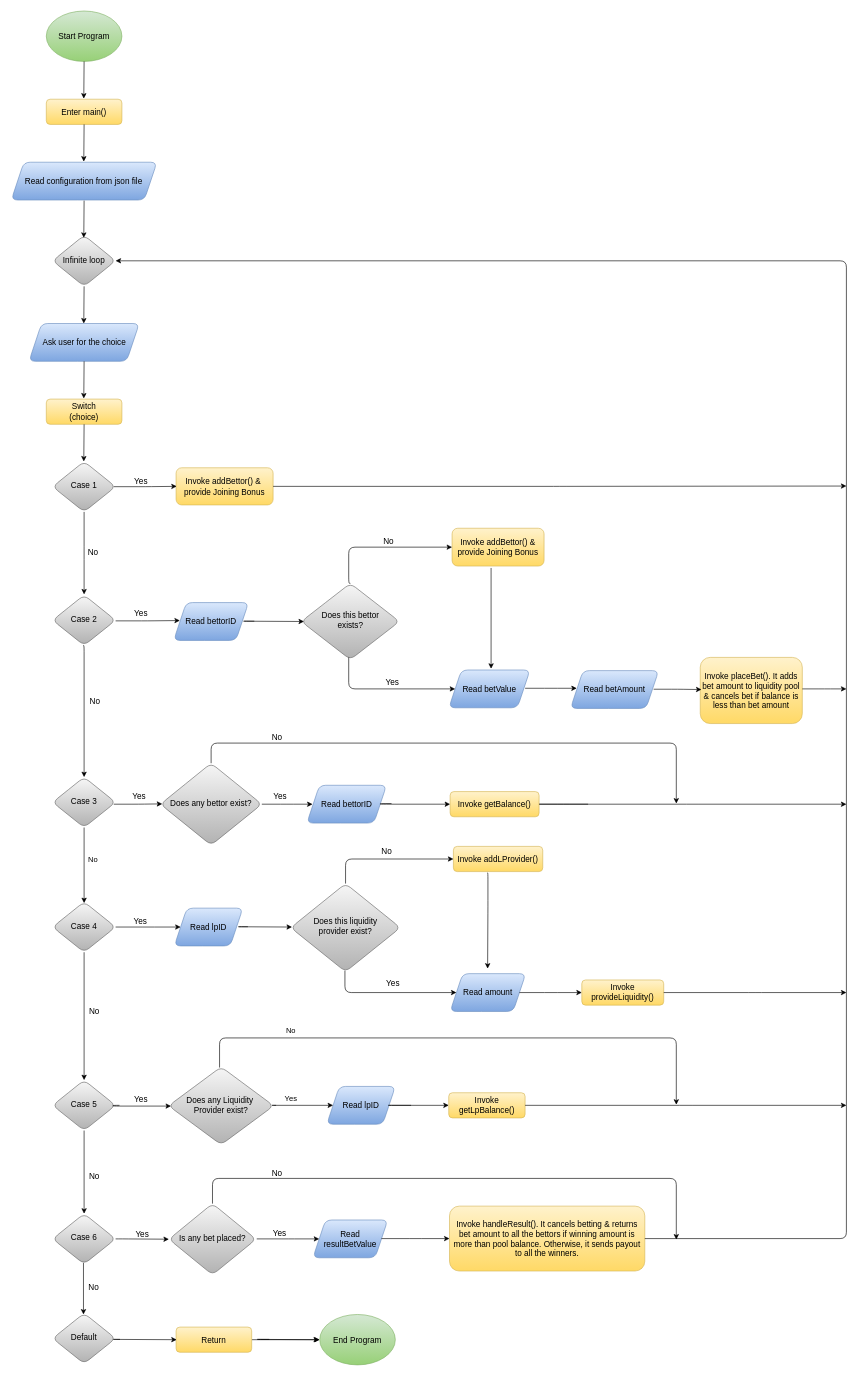
This is Untitled Diagram.drawio from Bhawana15/betting_contract, a draw.io file, before an edit. Source tidied: cells renumbered, new cells numbered last; positions are measured from the earlier drawing's top-left corner, leaving out a move shared by most shapes. Both pictures are drawn from the tidied source at 63%, with x=0, y=0 at pixel (11, 11).
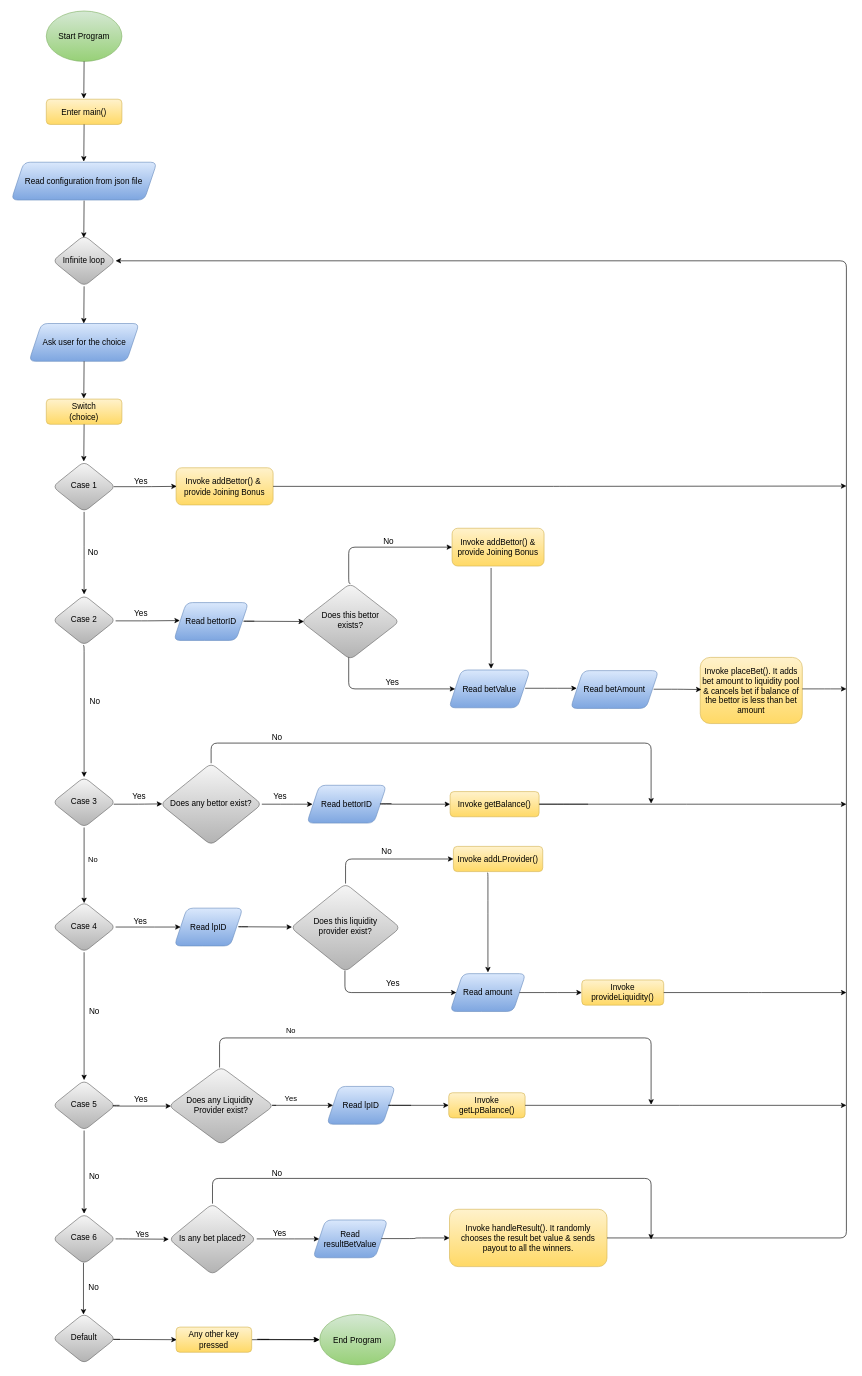
Above is the later version.

Unchanged cells that the change refers to:
```xml
<mxCell id="84" value="&lt;font style=&quot;font-size: 13px&quot;&gt;Does any bettor exist?&lt;br&gt;&lt;/font&gt;" style="rhombus;whiteSpace=wrap;html=1;shadow=0;fontFamily=Helvetica;fontSize=12;align=center;strokeWidth=1;spacing=6;spacingTop=-4;fillColor=#f5f5f5;strokeColor=#666666;gradientColor=#b3b3b3;rounded=1;" parent="1" vertex="1">
  <mxGeometry x="237.1" y="1194" width="161" height="130" as="geometry" />
</mxCell>
<mxCell id="93" value="&lt;font style=&quot;font-size: 13px&quot;&gt;Invoke addLProvider()&lt;/font&gt;" style="whiteSpace=wrap;html=1;fontSize=12;glass=0;strokeWidth=1;shadow=0;fillColor=#fff2cc;strokeColor=#d6b656;gradientColor=#ffd966;rounded=1;" parent="1" vertex="1">
  <mxGeometry x="702.2" y="1326" width="141.8" height="40" as="geometry" />
</mxCell>
<mxCell id="96" value="&lt;font style=&quot;font-size: 13px&quot;&gt;Is any bet placed?&lt;br&gt;&lt;/font&gt;" style="rhombus;whiteSpace=wrap;html=1;shadow=0;fontFamily=Helvetica;fontSize=12;align=center;strokeWidth=1;spacing=6;spacingTop=-4;fillColor=#f5f5f5;strokeColor=#666666;gradientColor=#b3b3b3;rounded=1;" parent="1" vertex="1">
  <mxGeometry x="250.6" y="1893" width="138.4" height="113" as="geometry" />
</mxCell>
```

Diff of the diagram source:
```diff
@@
-    <mxCell id="12" value="&lt;font style=&quot;font-size: 13px&quot;&gt;Invoke handleResult(). It cancels betting &amp;amp; returns bet amount to all the bettors if winning amount is more than pool balance. Otherwise, it sends payout to all the winners.&lt;/font&gt;" style="whiteSpace=wrap;html=1;fontSize=12;glass=0;strokeWidth=1;shadow=0;fillColor=#fff2cc;strokeColor=#d6b656;gradientColor=#ffd966;rounded=1;" parent="1" vertex="1">
-      <mxGeometry x="696" y="1897" width="310" height="103" as="geometry" />
+    <mxCell id="12" value="&lt;font style=&quot;font-size: 13px&quot;&gt;Invoke handleResult(). It randomly chooses the result bet value &amp;amp; sends payout to all the winners.&lt;/font&gt;" style="whiteSpace=wrap;html=1;fontSize=12;glass=0;strokeWidth=1;shadow=0;fillColor=#fff2cc;strokeColor=#d6b656;gradientColor=#ffd966;rounded=1;" parent="1" vertex="1">
+      <mxGeometry x="696" y="1902" width="250" height="91" as="geometry" />
     </mxCell>
@@
-    <mxCell id="67" value="&lt;font style=&quot;font-size: 13px&quot;&gt;Return&lt;/font&gt;" style="whiteSpace=wrap;html=1;fontSize=12;glass=0;strokeWidth=1;shadow=0;fillColor=#fff2cc;strokeColor=#d6b656;gradientColor=#ffd966;rounded=1;" parent="1" vertex="1">
+    <mxCell id="67" value="&lt;font style=&quot;font-size: 13px&quot;&gt;Any other key pressed&lt;/font&gt;" style="whiteSpace=wrap;html=1;fontSize=12;glass=0;strokeWidth=1;shadow=0;fillColor=#fff2cc;strokeColor=#d6b656;gradientColor=#ffd966;rounded=1;" parent="1" vertex="1">
       <mxGeometry x="262" y="2089" width="120" height="40" as="geometry" />
     </mxCell>
@@
-    <mxCell id="72" value="&lt;font style=&quot;font-size: 13px&quot;&gt;Invoke placeBet(). It adds bet amount to liquidity pool &amp;amp; cancels bet if balance is less than bet amount&lt;/font&gt;" style="whiteSpace=wrap;html=1;fontSize=12;glass=0;strokeWidth=1;shadow=0;fillColor=#fff2cc;strokeColor=#d6b656;gradientColor=#ffd966;rounded=1;" parent="1" vertex="1">
+    <mxCell id="72" value="&lt;font style=&quot;font-size: 13px&quot;&gt;Invoke placeBet(). It adds bet amount to liquidity pool &amp;amp; cancels bet if balance of the bettor is less than bet amount&lt;/font&gt;" style="whiteSpace=wrap;html=1;fontSize=12;glass=0;strokeWidth=1;shadow=0;fillColor=#fff2cc;strokeColor=#d6b656;gradientColor=#ffd966;rounded=1;" parent="1" vertex="1">
       <mxGeometry x="1094" y="1026" width="162" height="105" as="geometry" />
     </mxCell>
@@
     <mxCell id="88" style="edgeStyle=elbowEdgeStyle;elbow=vertical;endArrow=classic;html=1;exitX=0.5;exitY=0;exitDx=0;exitDy=0;" parent="1" edge="1" source="84">
       <mxGeometry relative="1" as="geometry">
-        <mxPoint x="1056" y="1258" as="targetPoint" />
+        <mxPoint x="1016" y="1258" as="targetPoint" />
         <Array as="points">
           <mxPoint x="1036" y="1162" />
         </Array>
       </mxGeometry>
     </mxCell>
@@
     <mxCell id="94" style="edgeStyle=orthogonalEdgeStyle;rounded=1;jettySize=auto;html=1;exitX=0.379;exitY=1.05;exitDx=0;exitDy=0;exitPerimeter=0;" parent="1" edge="1" source="93">
       <mxGeometry relative="1" as="geometry">
-        <mxPoint x="756.5" y="1520" as="targetPoint" />
+        <mxPoint x="757" y="1526" as="targetPoint" />
         <Array as="points">
           <mxPoint x="757" y="1368" />
           <mxPoint x="757" y="1422" />
         </Array>
       </mxGeometry>
     </mxCell>
@@
     <mxCell id="99" style="edgeStyle=elbowEdgeStyle;elbow=vertical;endArrow=classic;html=1;exitX=0.5;exitY=0;exitDx=0;exitDy=0;" parent="1" edge="1" source="96">
       <mxGeometry relative="1" as="geometry">
-        <mxPoint x="1056" y="1950" as="targetPoint" />
+        <mxPoint x="1016" y="1950" as="targetPoint" />
         <Array as="points">
           <mxPoint x="926" y="1853" />
           <mxPoint x="1030" y="1853" />
         </Array>
       </mxGeometry>
     </mxCell>
@@
     <mxCell id="103" style="edgeStyle=elbowEdgeStyle;elbow=vertical;endArrow=classic;html=1;" parent="1" edge="1">
       <mxGeometry relative="1" as="geometry">
         <mxPoint x="331" y="1677" as="sourcePoint" />
-        <mxPoint x="1056" y="1736" as="targetPoint" />
+        <mxPoint x="1016" y="1736" as="targetPoint" />
         <Array as="points">
           <mxPoint x="1045" y="1630" />
         </Array>
       </mxGeometry>
     </mxCell>
```
